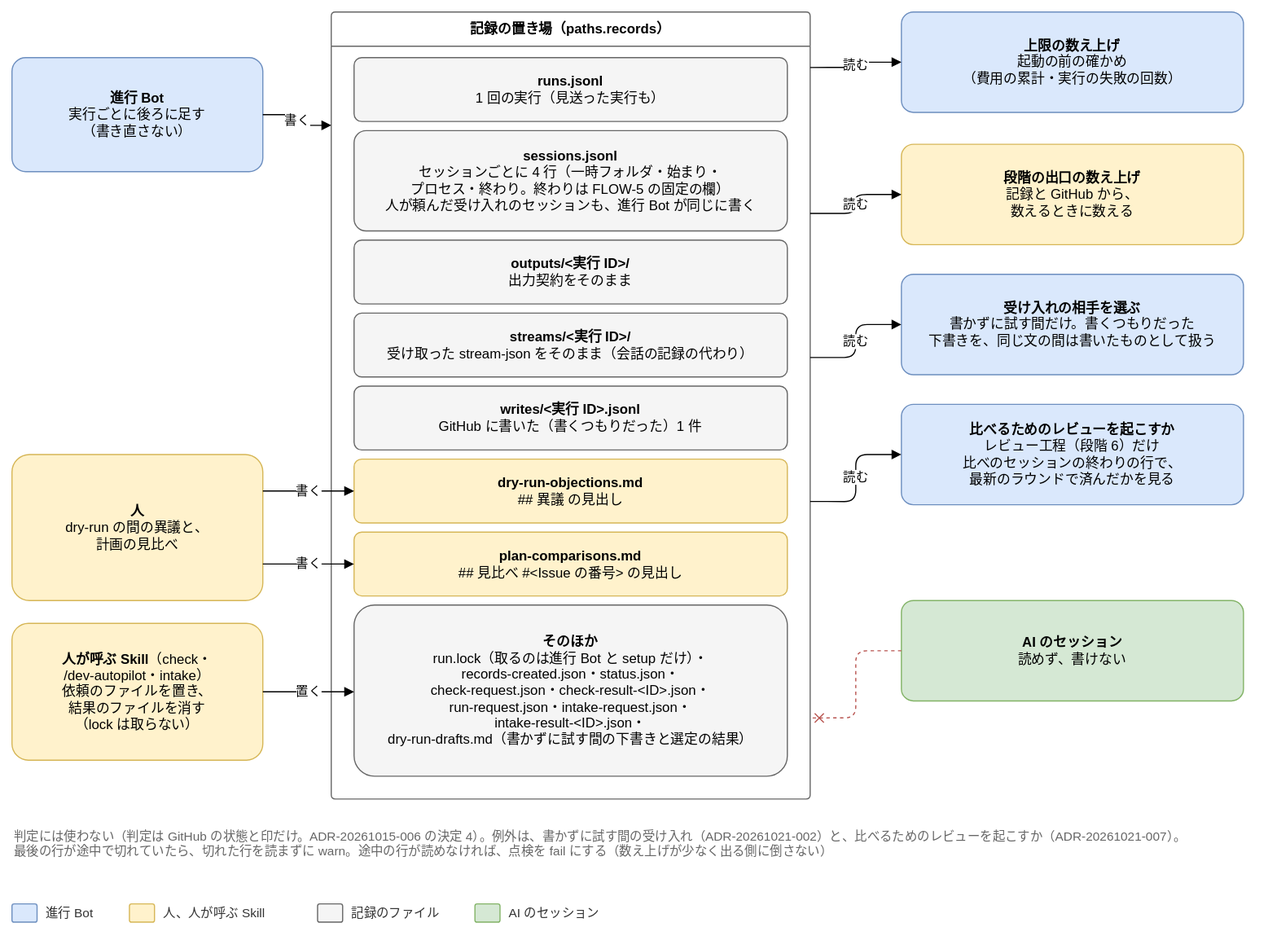
This is docs/design/basic/diagrams/02-records.drawio.svg from Joymerrevent/dev-autopilot, a draw.io export, as it was before one commit. Source tidied: cells renumbered, new cells last; positions are measured from the earlier drawing's top-left corner, leaving out a move shared by most shapes.
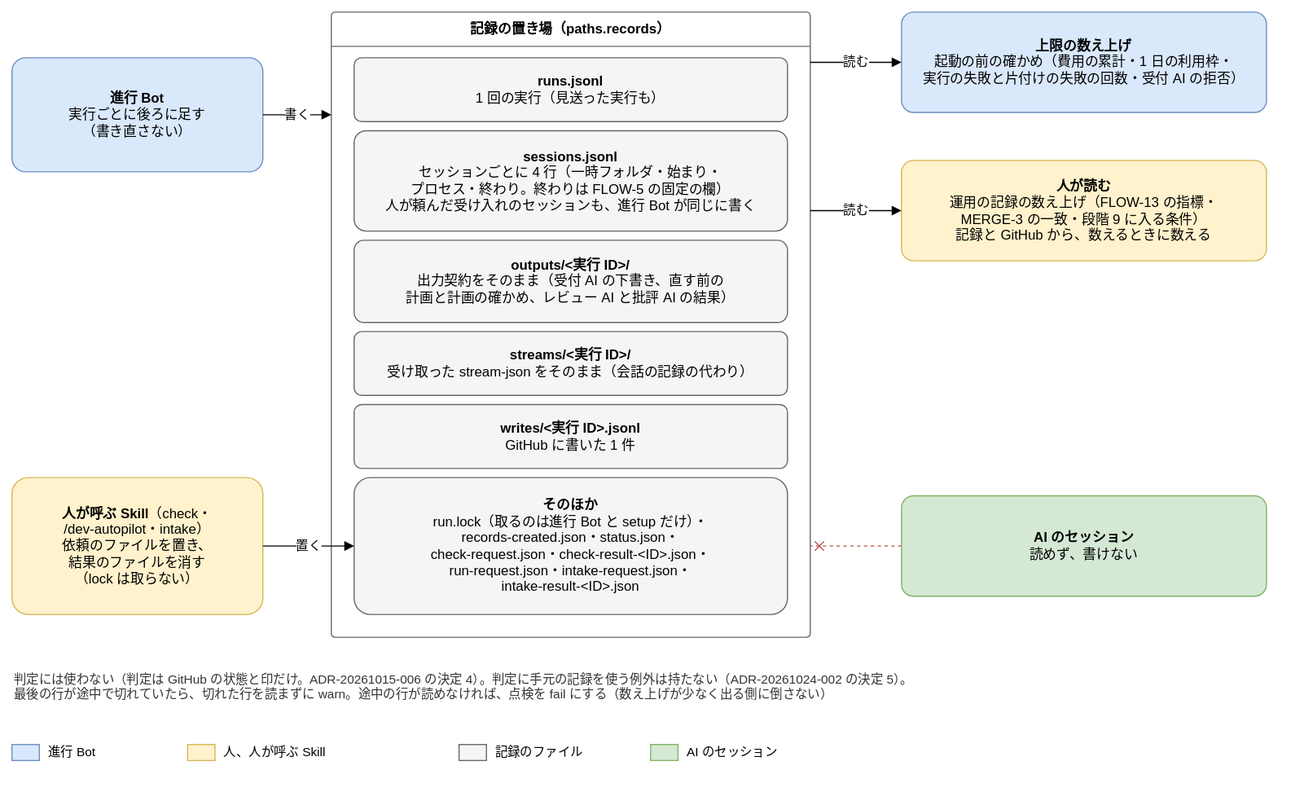
Above is the later version.

The edit, as a diff of the source:
```diff
@@ -2,110 +2,83 @@
   <root>
     <mxCell id="0" />
     <mxCell id="1" parent="0" />
-    <mxCell id="2" value="&lt;b&gt;進行 Bot&lt;/b&gt;&lt;br&gt;実行ごとに後ろに足す&lt;br&gt;（書き直さない）" style="rounded=1;whiteSpace=wrap;html=1;fontSize=12;arcSize=12;spacing=12;fillColor=#dae8fc;strokeColor=#6c8ebf;" parent="1" vertex="1">
-      <mxGeometry y="40" width="220" height="100" as="geometry" />
-    </mxCell>
-    <mxCell id="3" value="&lt;b&gt;人&lt;/b&gt;&lt;br&gt;dry-run の間の異議と、&lt;br&gt;計画の見比べ" style="rounded=1;whiteSpace=wrap;html=1;fontSize=12;arcSize=12;spacing=12;fillColor=#fff2cc;strokeColor=#d6b656;" parent="1" vertex="1">
-      <mxGeometry y="388" width="220" height="128" as="geometry" />
-    </mxCell>
     <mxCell id="4" value="記録の置き場（paths.records）" style="swimlane;startSize=30;html=1;whiteSpace=wrap;rounded=1;arcSize=4;fontStyle=1;fontSize=12;strokeColor=#666666;fillColor=none;swimlaneFillColor=none;" parent="1" vertex="1">
-      <mxGeometry x="280" width="420" height="690" as="geometry" />
+      <mxGeometry x="280" width="420" height="548" as="geometry" />
     </mxCell>
-    <mxCell id="5" value="&lt;b&gt;runs.jsonl&lt;/b&gt;&lt;br&gt;1 回の実行（見送った実行も）" style="rounded=1;whiteSpace=wrap;html=1;fontSize=12;arcSize=12;spacing=12;fillColor=#f5f5f5;strokeColor=#666666;" parent="1" vertex="1">
+    <mxCell id="5" value="&lt;b&gt;runs.jsonl&lt;/b&gt;&lt;br&gt;1 回の実行（見送った実行も）" style="rounded=1;whiteSpace=wrap;html=1;fontSize=12;arcSize=12;fillColor=#f5f5f5;strokeColor=#666666;spacing=8;" parent="1" vertex="1">
       <mxGeometry x="300" y="40" width="380" height="56" as="geometry" />
     </mxCell>
-    <mxCell id="6" value="&lt;b&gt;sessions.jsonl&lt;/b&gt;&lt;br&gt;セッションごとに 4 行（一時フォルダ・始まり・&lt;br&gt;プロセス・終わり。終わりは FLOW-5 の固定の欄）&lt;br&gt;人が頼んだ受け入れのセッションも、進行 Bot が同じに書く" style="rounded=1;whiteSpace=wrap;html=1;fontSize=12;arcSize=12;spacing=12;fillColor=#f5f5f5;strokeColor=#666666;" parent="1" vertex="1">
+    <mxCell id="6" value="&lt;b&gt;sessions.jsonl&lt;/b&gt;&lt;br&gt;セッションごとに 4 行（一時フォルダ・始まり・&lt;br&gt;プロセス・終わり。終わりは FLOW-5 の固定の欄）&lt;br&gt;人が頼んだ受け入れのセッションも、進行 Bot が同じに書く" style="rounded=1;whiteSpace=wrap;html=1;fontSize=12;arcSize=12;fillColor=#f5f5f5;strokeColor=#666666;spacing=8;" parent="1" vertex="1">
       <mxGeometry x="300" y="104" width="380" height="88" as="geometry" />
     </mxCell>
-    <mxCell id="7" value="&lt;b&gt;outputs/&amp;lt;実行 ID&amp;gt;/&lt;/b&gt;&lt;br&gt;出力契約をそのまま" style="rounded=1;whiteSpace=wrap;html=1;fontSize=12;arcSize=12;spacing=12;fillColor=#f5f5f5;strokeColor=#666666;" parent="1" vertex="1">
-      <mxGeometry x="300" y="200" width="380" height="56" as="geometry" />
+    <mxCell id="7" value="&lt;b&gt;outputs/&amp;lt;実行 ID&amp;gt;/&lt;/b&gt;&lt;br&gt;出力契約をそのまま（受付 AI の下書き、直す前の&lt;br&gt;計画と計画の確かめ、レビュー AI と批評 AI の結果）" style="rounded=1;whiteSpace=wrap;html=1;fontSize=12;arcSize=12;fillColor=#f5f5f5;strokeColor=#666666;spacing=8;" parent="1" vertex="1">
+      <mxGeometry x="300" y="200" width="380" height="72" as="geometry" />
     </mxCell>
-    <mxCell id="8" value="&lt;b&gt;streams/&amp;lt;実行 ID&amp;gt;/&lt;/b&gt;&lt;br&gt;受け取った stream-json をそのまま（会話の記録の代わり）" style="rounded=1;whiteSpace=wrap;html=1;fontSize=12;arcSize=12;spacing=12;fillColor=#f5f5f5;strokeColor=#666666;" parent="1" vertex="1">
-      <mxGeometry x="300" y="264" width="380" height="56" as="geometry" />
-    </mxCell>
-    <mxCell id="9" value="&lt;b&gt;writes/&amp;lt;実行 ID&amp;gt;.jsonl&lt;/b&gt;&lt;br&gt;GitHub に書いた（書くつもりだった）1 件" style="rounded=1;whiteSpace=wrap;html=1;fontSize=12;arcSize=12;spacing=12;fillColor=#f5f5f5;strokeColor=#666666;" parent="1" vertex="1">
-      <mxGeometry x="300" y="328" width="380" height="56" as="geometry" />
+    <mxCell id="9" value="&lt;b&gt;streams/&amp;lt;実行 ID&amp;gt;/&lt;/b&gt;&lt;br&gt;受け取った stream-json をそのまま（会話の記録の代わり）" style="rounded=1;whiteSpace=wrap;html=1;fontSize=12;arcSize=12;fillColor=#f5f5f5;strokeColor=#666666;spacing=8;" parent="1" vertex="1">
+      <mxGeometry x="300" y="280" width="380" height="56" as="geometry" />
     </mxCell>
-    <mxCell id="10" value="&lt;b&gt;dry-run-objections.md&lt;/b&gt;&lt;br&gt;## 異議 の見出し" style="rounded=1;whiteSpace=wrap;html=1;fontSize=12;arcSize=12;spacing=12;fillColor=#fff2cc;strokeColor=#d6b656;" parent="1" vertex="1">
-      <mxGeometry x="300" y="392" width="380" height="56" as="geometry" />
+    <mxCell id="10" value="&lt;b&gt;writes/&amp;lt;実行 ID&amp;gt;.jsonl&lt;/b&gt;&lt;br&gt;GitHub に書いた 1 件" style="rounded=1;whiteSpace=wrap;html=1;fontSize=12;arcSize=12;fillColor=#f5f5f5;strokeColor=#666666;spacing=8;" parent="1" vertex="1">
+      <mxGeometry x="300" y="344" width="380" height="56" as="geometry" />
     </mxCell>
+    <mxCell id="8" value="&lt;b&gt;そのほか&lt;/b&gt;&lt;br&gt;run.lock（取るのは進行 Bot と setup だけ）・&lt;br&gt;records-created.json・status.json・&lt;br&gt;check-request.json・check-result-&amp;lt;ID&amp;gt;.json・&lt;br&gt;run-request.json・intake-request.json・&lt;br&gt;intake-result-&amp;lt;ID&amp;gt;.json" style="rounded=1;whiteSpace=wrap;html=1;fontSize=12;arcSize=12;fillColor=#f5f5f5;strokeColor=#666666;spacing=8;" parent="1" vertex="1">
+      <mxGeometry x="300" y="408" width="380" height="120" as="geometry" />
+    </mxCell>
+    <mxCell id="2" value="&lt;b&gt;進行 Bot&lt;/b&gt;&lt;br&gt;実行ごとに後ろに足す&lt;br&gt;（書き直さない）" style="rounded=1;whiteSpace=wrap;html=1;fontSize=12;arcSize=12;fillColor=#dae8fc;strokeColor=#6c8ebf;spacing=8;" parent="1" vertex="1">
+      <mxGeometry y="40" width="220" height="100" as="geometry" />
+    </mxCell>
-    <mxCell id="11" value="書く" style="edgeStyle=orthogonalEdgeStyle;rounded=1;html=1;endArrow=block;endFill=1;fontSize=11;labelBackgroundColor=#ffffff;exitX=1;exitY=0.5;exitDx=0;exitDy=0;entryX=0;entryDx=0;entryDy=0;entryY=0.144;" parent="1" edge="1" source="2" target="4">
+    <mxCell id="11" value="書く" style="edgeStyle=orthogonalEdgeStyle;rounded=1;html=1;endArrow=block;endFill=1;fontSize=11;labelBackgroundColor=#ffffff;exitX=1;exitY=0.5;exitDx=0;exitDy=0;entryX=0;entryY=0.1642;entryDx=0;entryDy=0;" parent="1" edge="1" source="2" target="4">
       <mxGeometry relative="1" as="geometry" />
     </mxCell>
+    <mxCell id="27" value="&lt;b&gt;人が呼ぶ Skill&lt;/b&gt;（check・&lt;br&gt;/dev-autopilot・intake）&lt;br&gt;依頼のファイルを置き、&lt;br&gt;結果のファイルを消す&lt;br&gt;（lock は取らない）" style="rounded=1;whiteSpace=wrap;html=1;fontSize=12;arcSize=12;fillColor=#fff2cc;strokeColor=#d6b656;spacing=8;" parent="1" vertex="1">
+      <mxGeometry y="408" width="220" height="120" as="geometry" />
+    </mxCell>
-    <mxCell id="12" value="書く" style="edgeStyle=orthogonalEdgeStyle;rounded=1;html=1;endArrow=block;endFill=1;fontSize=11;labelBackgroundColor=#ffffff;exitX=1;exitY=0.25;exitDx=0;exitDy=0;entryX=0;entryY=0.5;entryDx=0;entryDy=0;" parent="1" edge="1" source="3" target="10">
+    <mxCell id="12" value="置く" style="edgeStyle=orthogonalEdgeStyle;rounded=1;html=1;endArrow=block;endFill=1;fontSize=11;labelBackgroundColor=#ffffff;exitX=1;exitY=0.5;exitDx=0;exitDy=0;entryX=0;entryY=0.5;entryDx=0;entryDy=0;" parent="1" edge="1" source="27" target="8">
       <mxGeometry relative="1" as="geometry" />
     </mxCell>
-    <mxCell id="13" value="&lt;b&gt;上限の数え上げ&lt;/b&gt;&lt;br&gt;起動の前の確かめ&lt;br&gt;（費用の累計・実行の失敗の回数）" style="rounded=1;whiteSpace=wrap;html=1;fontSize=12;arcSize=12;spacing=12;fillColor=#dae8fc;strokeColor=#6c8ebf;" parent="1" vertex="1">
-      <mxGeometry x="780" width="300" height="88" as="geometry" />
+    <mxCell id="13" value="&lt;b&gt;上限の数え上げ&lt;/b&gt;&lt;br&gt;起動の前の確かめ（費用の累計・1 日の利用枠・&lt;br&gt;実行の失敗と片付けの失敗の回数・受付 AI の拒否）" style="rounded=1;whiteSpace=wrap;html=1;fontSize=12;arcSize=12;fillColor=#dae8fc;strokeColor=#6c8ebf;spacing=8;" parent="1" vertex="1">
+      <mxGeometry x="780" width="320" height="88" as="geometry" />
     </mxCell>
+    <mxCell id="16" value="読む" style="edgeStyle=orthogonalEdgeStyle;rounded=1;html=1;endArrow=block;endFill=1;fontSize=11;labelBackgroundColor=#ffffff;exitX=1;exitY=0.0803;exitDx=0;exitDy=0;entryX=0;entryY=0.5;entryDx=0;entryDy=0;" parent="1" edge="1" source="4" target="13">
+      <mxGeometry relative="1" as="geometry" />
+    </mxCell>
-    <mxCell id="14" value="&lt;b&gt;段階の出口の数え上げ&lt;/b&gt;&lt;br&gt;記録と GitHub から、&lt;br&gt;数えるときに数える" style="rounded=1;whiteSpace=wrap;html=1;fontSize=12;arcSize=12;spacing=12;fillColor=#fff2cc;strokeColor=#d6b656;" parent="1" vertex="1">
-      <mxGeometry x="780" y="116" width="300" height="88" as="geometry" />
+    <mxCell id="14" value="&lt;b&gt;人が読む&lt;/b&gt;&lt;br&gt;運用の記録の数え上げ（FLOW-13 の指標・&lt;br&gt;MERGE-3 の一致・段階 9 に入る条件）&lt;br&gt;記録と GitHub から、数えるときに数える" style="rounded=1;whiteSpace=wrap;html=1;fontSize=12;arcSize=12;fillColor=#fff2cc;strokeColor=#d6b656;spacing=8;" parent="1" vertex="1">
+      <mxGeometry x="780" y="130" width="320" height="88" as="geometry" />
     </mxCell>
+    <mxCell id="17" value="読む" style="edgeStyle=orthogonalEdgeStyle;rounded=1;html=1;endArrow=block;endFill=1;fontSize=11;labelBackgroundColor=#ffffff;exitX=1;exitY=0.3175;exitDx=0;exitDy=0;entryX=0;entryY=0.5;entryDx=0;entryDy=0;" parent="1" edge="1" source="4" target="14">
+      <mxGeometry relative="1" as="geometry" />
+    </mxCell>
-    <mxCell id="15" value="&lt;b&gt;AI のセッション&lt;/b&gt;&lt;br&gt;読めず、書けない" style="rounded=1;whiteSpace=wrap;html=1;fontSize=12;arcSize=12;spacing=12;fillColor=#d5e8d4;strokeColor=#82b366;" parent="1" vertex="1">
-      <mxGeometry x="780" y="516" width="300" height="88" as="geometry" />
+    <mxCell id="15" value="&lt;b&gt;AI のセッション&lt;/b&gt;&lt;br&gt;読めず、書けない" style="rounded=1;whiteSpace=wrap;html=1;fontSize=12;arcSize=12;fillColor=#d5e8d4;strokeColor=#82b366;spacing=8;" parent="1" vertex="1">
+      <mxGeometry x="780" y="424" width="320" height="88" as="geometry" />
     </mxCell>
-    <mxCell id="16" value="読む" style="edgeStyle=orthogonalEdgeStyle;rounded=1;html=1;endArrow=block;endFill=1;fontSize=11;labelBackgroundColor=#ffffff;exitX=1;exitDx=0;exitDy=0;entryX=0;entryY=0.5;entryDx=0;entryDy=0;exitY=0.0705;" parent="1" edge="1" source="4" target="13">
-      <mxGeometry relative="1" as="geometry" />
-    </mxCell>
-    <mxCell id="17" value="読む" style="edgeStyle=orthogonalEdgeStyle;rounded=1;html=1;endArrow=block;endFill=1;fontSize=11;labelBackgroundColor=#ffffff;exitX=1;exitDx=0;exitDy=0;entryX=0;entryY=0.5;entryDx=0;entryDy=0;exitY=0.256;" parent="1" edge="1" source="4" target="14">
-      <mxGeometry relative="1" as="geometry" />
-    </mxCell>
-    <mxCell id="18" style="edgeStyle=orthogonalEdgeStyle;rounded=1;html=1;endArrow=block;endFill=1;fontSize=11;labelBackgroundColor=#ffffff;dashed=1;strokeColor=#b85450;fontColor=#b85450;endArrow=cross;endFill=0;exitX=0;exitY=0.5;exitDx=0;exitDy=0;entryX=1;entryDx=0;entryDy=0;entryY=0.897;" parent="1" edge="1" source="15" target="4">
+    <mxCell id="18" style="edgeStyle=orthogonalEdgeStyle;rounded=1;html=1;endArrow=block;endFill=1;fontSize=11;labelBackgroundColor=#ffffff;dashed=1;strokeColor=#b85450;endArrow=cross;endFill=0;exitX=0;exitY=0.5;exitDx=0;exitDy=0;entryX=1;entryY=0.854;entryDx=0;entryDy=0;" parent="1" edge="1" source="15" target="4">
       <mxGeometry relative="1" as="geometry" />
     </mxCell>
-    <mxCell id="19" value="判定には使わない（判定は GitHub の状態と印だけ。ADR-20261015-006 の決定 4）。例外は、書かずに試す間の受け入れ（ADR-20261021-002）と、比べるためのレビューを起こすか（ADR-20261021-007）。&lt;br&gt;最後の行が途中で切れていたら、切れた行を読まずに warn。途中の行が読めなければ、点検を fail にする（数え上げが少なく出る側に倒さない）" style="text;html=1;whiteSpace=wrap;align=left;verticalAlign=top;fontSize=11;fontColor=#666666;" parent="1" vertex="1">
-      <mxGeometry y="710" width="1080" height="54" as="geometry" />
-    </mxCell>
-    <mxCell id="20" value="&lt;b&gt;そのほか&lt;/b&gt;&lt;br&gt;run.lock（取るのは進行 Bot と setup だけ）・&lt;br&gt;records-created.json・status.json・&lt;br&gt;check-request.json・check-result-&amp;lt;ID&amp;gt;.json・&lt;br&gt;run-request.json・intake-request.json・&lt;br&gt;intake-result-&amp;lt;ID&amp;gt;.json・&lt;br&gt;dry-run-drafts.md（書かずに試す間の下書きと選定の結果）" style="rounded=1;whiteSpace=wrap;html=1;fontSize=12;arcSize=12;spacing=12;fillColor=#f5f5f5;strokeColor=#666666;" parent="1" vertex="1">
-      <mxGeometry x="300" y="520" width="380" height="150" as="geometry" />
-    </mxCell>
-    <mxCell id="21" value="&lt;b&gt;受け入れの相手を選ぶ&lt;/b&gt;&lt;br&gt;書かずに試す間だけ。書くつもりだった&lt;br&gt;下書きを、同じ文の間は書いたものとして扱う" style="rounded=1;whiteSpace=wrap;html=1;fontSize=12;arcSize=12;spacing=12;fillColor=#dae8fc;strokeColor=#6c8ebf;" parent="1" vertex="1">
-      <mxGeometry x="780" y="230" width="300" height="88" as="geometry" />
-    </mxCell>
-    <mxCell id="22" value="読む" style="edgeStyle=orthogonalEdgeStyle;rounded=1;html=1;endArrow=block;endFill=1;fontSize=11;labelBackgroundColor=#ffffff;exitX=1;exitY=0.439;exitDx=0;exitDy=0;entryX=0;entryY=0.5;entryDx=0;entryDy=0;" parent="1" edge="1" source="4" target="21">
-      <mxGeometry relative="1" as="geometry" />
-    </mxCell>
-    <mxCell id="23" value="&lt;b&gt;比べるためのレビューを起こすか&lt;/b&gt;&lt;br&gt;レビュー工程（段階 6）だけ&lt;br&gt;比べのセッションの終わりの行で、&lt;br&gt;最新のラウンドで済んだかを見る" style="rounded=1;whiteSpace=wrap;html=1;fontSize=12;arcSize=12;spacing=12;fillColor=#dae8fc;strokeColor=#6c8ebf;" parent="1" vertex="1">
-      <mxGeometry x="780" y="344" width="300" height="88" as="geometry" />
-    </mxCell>
-    <mxCell id="24" value="読む" style="edgeStyle=orthogonalEdgeStyle;rounded=1;html=1;endArrow=block;endFill=1;fontSize=11;labelBackgroundColor=#ffffff;exitX=1;exitY=0.622;exitDx=0;exitDy=0;entryX=0;entryY=0.5;entryDx=0;entryDy=0;" parent="1" edge="1" source="4" target="23">
-      <mxGeometry relative="1" as="geometry" />
-    </mxCell>
-    <mxCell id="25" value="&lt;b&gt;plan-comparisons.md&lt;/b&gt;&lt;br&gt;## 見比べ #&amp;lt;Issue の番号&amp;gt; の見出し" style="rounded=1;whiteSpace=wrap;html=1;fontSize=12;arcSize=12;spacing=12;fillColor=#fff2cc;strokeColor=#d6b656;" parent="1" vertex="1">
-      <mxGeometry x="300" y="456" width="380" height="56" as="geometry" />
-    </mxCell>
-    <mxCell id="26" value="書く" style="edgeStyle=orthogonalEdgeStyle;rounded=1;html=1;endArrow=block;endFill=1;fontSize=11;labelBackgroundColor=#ffffff;exitX=1;exitY=0.75;exitDx=0;exitDy=0;entryX=0;entryY=0.5;entryDx=0;entryDy=0;" parent="1" edge="1" source="3" target="25">
-      <mxGeometry relative="1" as="geometry" />
-    </mxCell>
-    <mxCell id="27" value="&lt;b&gt;人が呼ぶ Skill&lt;/b&gt;（check・&lt;br&gt;/dev-autopilot・intake）&lt;br&gt;依頼のファイルを置き、&lt;br&gt;結果のファイルを消す&lt;br&gt;（lock は取らない）" style="rounded=1;whiteSpace=wrap;html=1;fontSize=12;arcSize=12;spacing=12;fillColor=#fff2cc;strokeColor=#d6b656;" parent="1" vertex="1">
-      <mxGeometry y="536" width="220" height="120" as="geometry" />
-    </mxCell>
-    <mxCell id="28" value="置く" style="edgeStyle=orthogonalEdgeStyle;rounded=1;html=1;endArrow=block;endFill=1;fontSize=11;labelBackgroundColor=#ffffff;exitX=1;exitY=0.5;exitDx=0;exitDy=0;entryX=0;entryY=0.507;entryDx=0;entryDy=0;" parent="1" edge="1" source="27" target="20">
-      <mxGeometry relative="1" as="geometry" />
-    </mxCell>
+    <mxCell id="37" value="判定には使わない（判定は GitHub の状態と印だけ。ADR-20261015-006 の決定 4）。判定に手元の記録を使う例外は持たない（ADR-20261024-002 の決定 5）。&lt;br&gt;最後の行が途中で切れていたら、切れた行を読まずに warn。途中の行が読めなければ、点検を fail にする（数え上げが少なく出る側に倒さない）" style="text;html=1;whiteSpace=wrap;align=left;verticalAlign=top;fontSize=11;fontColor=#333333;" parent="1" vertex="1">
+      <mxGeometry y="572" width="1100" height="44" as="geometry" />
+    </mxCell>
-    <mxCell id="29" style="rounded=1;whiteSpace=wrap;html=1;fontSize=12;arcSize=12;spacing=12;fillColor=#dae8fc;strokeColor=#6c8ebf;" parent="1" vertex="1">
-      <mxGeometry y="782" width="22" height="16" as="geometry" />
+    <mxCell id="29" style="rounded=0;whiteSpace=wrap;html=1;fillColor=#dae8fc;strokeColor=#6c8ebf;" parent="1" vertex="1">
+      <mxGeometry y="642" width="24" height="14" as="geometry" />
     </mxCell>
-    <mxCell id="30" value="進行 Bot" style="text;html=1;align=left;verticalAlign=middle;fontSize=11;fontColor=#333333;" parent="1" vertex="1">
-      <mxGeometry x="28" y="780" width="59" height="20" as="geometry" />
+    <mxCell id="30" value="進行 Bot" style="text;html=1;whiteSpace=wrap;align=left;verticalAlign=middle;fontSize=11;" parent="1" vertex="1">
+      <mxGeometry x="30" y="636" width="104" height="26" as="geometry" />
     </mxCell>
-    <mxCell id="31" style="rounded=1;whiteSpace=wrap;html=1;fontSize=12;arcSize=12;spacing=12;fillColor=#fff2cc;strokeColor=#d6b656;" parent="1" vertex="1">
-      <mxGeometry x="103" y="782" width="22" height="16" as="geometry" />
+    <mxCell id="31" style="rounded=0;whiteSpace=wrap;html=1;fillColor=#fff2cc;strokeColor=#d6b656;" parent="1" vertex="1">
+      <mxGeometry x="154" y="642" width="24" height="14" as="geometry" />
     </mxCell>
-    <mxCell id="32" value="人、人が呼ぶ Skill" style="text;html=1;align=left;verticalAlign=middle;fontSize=11;fontColor=#333333;" parent="1" vertex="1">
-      <mxGeometry x="131" y="780" width="121" height="20" as="geometry" />
+    <mxCell id="32" value="人、人が呼ぶ Skill" style="text;html=1;whiteSpace=wrap;align=left;verticalAlign=middle;fontSize=11;" parent="1" vertex="1">
+      <mxGeometry x="184" y="636" width="188" height="26" as="geometry" />
     </mxCell>
-    <mxCell id="33" style="rounded=1;whiteSpace=wrap;html=1;fontSize=12;arcSize=12;spacing=12;fillColor=#f5f5f5;strokeColor=#666666;" parent="1" vertex="1">
-      <mxGeometry x="268" y="782" width="22" height="16" as="geometry" />
+    <mxCell id="33" style="rounded=0;whiteSpace=wrap;html=1;fillColor=#f5f5f5;strokeColor=#666666;" parent="1" vertex="1">
+      <mxGeometry x="392" y="642" width="24" height="14" as="geometry" />
     </mxCell>
-    <mxCell id="34" value="記録のファイル" style="text;html=1;align=left;verticalAlign=middle;fontSize=11;fontColor=#333333;" parent="1" vertex="1">
-      <mxGeometry x="296" y="780" width="94" height="20" as="geometry" />
+    <mxCell id="34" value="記録のファイル" style="text;html=1;whiteSpace=wrap;align=left;verticalAlign=middle;fontSize=11;" parent="1" vertex="1">
+      <mxGeometry x="422" y="636" width="118" height="26" as="geometry" />
     </mxCell>
-    <mxCell id="35" style="rounded=1;whiteSpace=wrap;html=1;fontSize=12;arcSize=12;spacing=12;fillColor=#d5e8d4;strokeColor=#82b366;" parent="1" vertex="1">
-      <mxGeometry x="406" y="782" width="22" height="16" as="geometry" />
+    <mxCell id="35" style="rounded=0;whiteSpace=wrap;html=1;fillColor=#d5e8d4;strokeColor=#82b366;" parent="1" vertex="1">
+      <mxGeometry x="560" y="642" width="24" height="14" as="geometry" />
     </mxCell>
-    <mxCell id="36" value="AI のセッション" style="text;html=1;align=left;verticalAlign=middle;fontSize=11;fontColor=#333333;" parent="1" vertex="1">
-      <mxGeometry x="434" y="780" width="100" height="20" as="geometry" />
+    <mxCell id="36" value="AI のセッション" style="text;html=1;whiteSpace=wrap;align=left;verticalAlign=middle;fontSize=11;" parent="1" vertex="1">
+      <mxGeometry x="590" y="636" width="146" height="26" as="geometry" />
     </mxCell>
   </root>
 </mxGraphModel>
```
